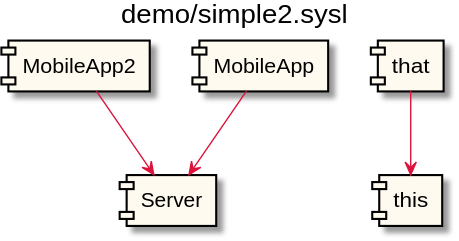
anz-bank/sysl-catalog keeps this PlantUML diagram as docs/integration.svg. Above is the earlier version.
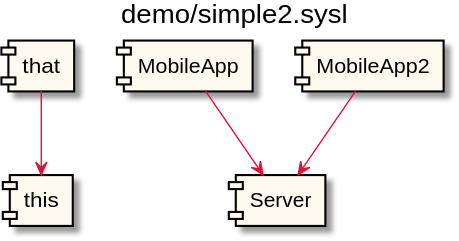
The same file after the commit.

What changed in the source:
```diff
@@ -9,12 +9,12 @@
   BorderColor Black
   ArrowColor Crimson
 }
-[MobileApp2] as _0 <<highlight>>
-[Server] as _1 <<highlight>>
+[that] as _0 <<highlight>>
+[this] as _1 <<highlight>>
 _0 --> _1
-[that] as _2 <<highlight>>
-[this] as _3 <<highlight>>
+[MobileApp] as _2 <<highlight>>
+[Server] as _3 <<highlight>>
 _2 --> _3
-[MobileApp] as _4 <<highlight>>
-_4 --> _1
+[MobileApp2] as _4 <<highlight>>
+_4 --> _3
 @enduml
```
